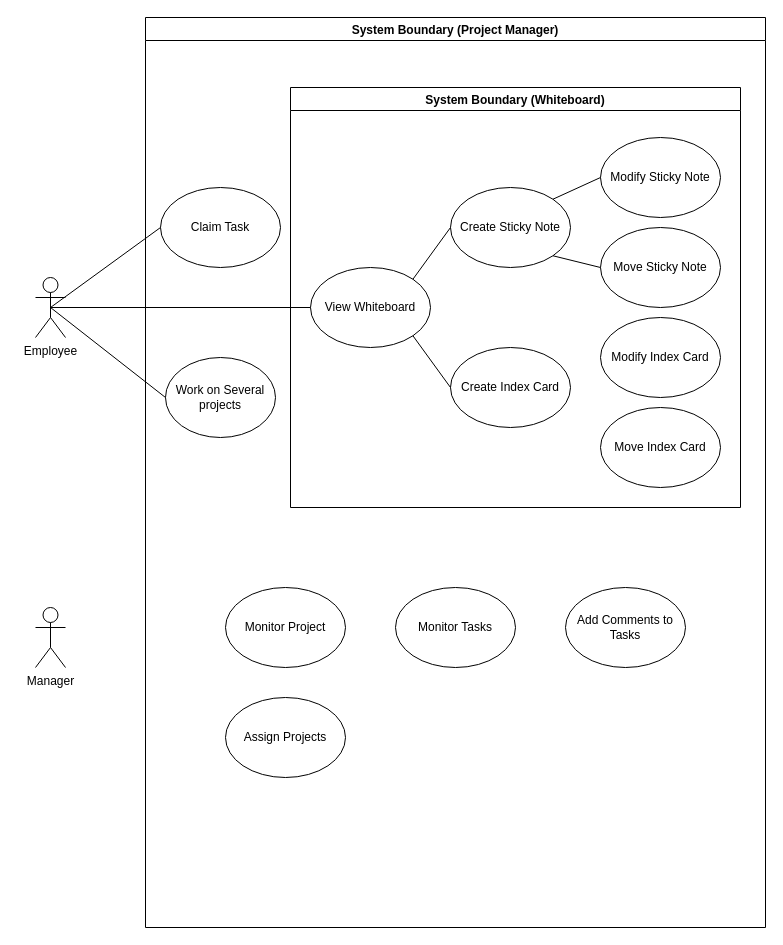
Before: Untitled Diagram.drawio in ChessPR/BrdPL, a draw.io diagram. Source tidied: cells renumbered, new cells numbered last; positions are measured from the earlier drawing's top-left corner, leaving out a move shared by most shapes. Both pictures are drawn from the tidied source at 100%, with x=0, y=0 at pixel (35, 17).
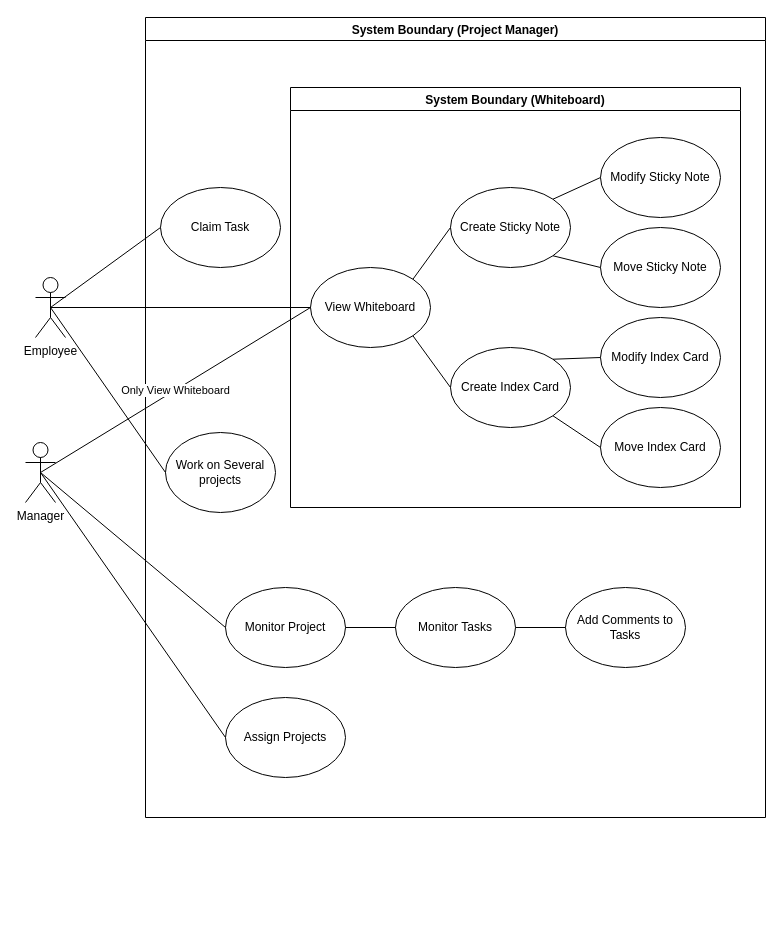
The same page after the edit.

The change refers to these unchanged cells:
```xml
<mxCell id="3" value="Monitor Project" style="ellipse;whiteSpace=wrap;html=1;" parent="2" vertex="1">
  <mxGeometry x="80" y="570" width="120" height="80" as="geometry" />
</mxCell>
<mxCell id="4" value="Monitor Tasks" style="ellipse;whiteSpace=wrap;html=1;" parent="2" vertex="1">
  <mxGeometry x="250" y="570" width="120" height="80" as="geometry" />
</mxCell>
<mxCell id="5" value="Add Comments to Tasks" style="ellipse;whiteSpace=wrap;html=1;" parent="2" vertex="1">
  <mxGeometry x="420" y="570" width="120" height="80" as="geometry" />
</mxCell>
<mxCell id="6" value="Assign Projects" style="ellipse;whiteSpace=wrap;html=1;" parent="2" vertex="1">
  <mxGeometry x="80" y="680" width="120" height="80" as="geometry" />
</mxCell>
<mxCell id="9" value="System Boundary (Whiteboard)" style="swimlane;startSize=23;" parent="2" vertex="1">
  <mxGeometry x="145" y="70" width="450" height="420" as="geometry" />
</mxCell>
<mxCell id="10" value="Create Index Card" style="ellipse;whiteSpace=wrap;html=1;" parent="9" vertex="1">
  <mxGeometry x="160" y="260" width="120" height="80" as="geometry" />
</mxCell>
<mxCell id="12" value="Move Index Card" style="ellipse;whiteSpace=wrap;html=1;" parent="9" vertex="1">
  <mxGeometry x="310" y="320" width="120" height="80" as="geometry" />
</mxCell>
<mxCell id="15" value="Modify Index Card" style="ellipse;whiteSpace=wrap;html=1;" parent="9" vertex="1">
  <mxGeometry x="310" y="230" width="120" height="80" as="geometry" />
</mxCell>
<mxCell id="16" value="View Whiteboard" style="ellipse;whiteSpace=wrap;html=1;" parent="9" vertex="1">
  <mxGeometry x="20" y="180" width="120" height="80" as="geometry" />
</mxCell>
```

What changed in the source:
```diff
@@
     <mxCell id="2" value="System Boundary (Project Manager)" style="swimlane;" parent="1" vertex="1">
-      <mxGeometry x="110" width="620" height="910" as="geometry" />
+      <mxGeometry x="110" width="620" height="800" as="geometry" />
     </mxCell>
@@
     <mxCell id="7" value="Work on Several projects" style="ellipse;whiteSpace=wrap;html=1;" parent="2" vertex="1">
-      <mxGeometry x="20" y="340" width="110" height="80" as="geometry" />
+      <mxGeometry x="20" y="415" width="110" height="80" as="geometry" />
     </mxCell>
@@
+    <mxCell id="26" style="endArrow=none;html=1;entryX=0;entryY=0.5;entryDx=0;entryDy=0;exitX=1;exitY=0;exitDx=0;exitDy=0;" parent="9" edge="1" source="10" target="15">
+      <mxGeometry relative="1" as="geometry" />
+    </mxCell>
+    <mxCell id="27" style="endArrow=none;html=1;entryX=0;entryY=0.5;entryDx=0;entryDy=0;exitX=1;exitY=1;exitDx=0;exitDy=0;" parent="9" edge="1" source="10" target="12">
+      <mxGeometry relative="1" as="geometry" />
+    </mxCell>
+    <mxCell id="28" style="endArrow=none;html=1;exitX=1;exitY=0.5;exitDx=0;exitDy=0;entryX=0;entryY=0.5;entryDx=0;entryDy=0;" parent="2" edge="1" source="3" target="4">
+      <mxGeometry relative="1" as="geometry" />
+    </mxCell>
+    <mxCell id="29" style="endArrow=none;html=1;exitX=1;exitY=0.5;exitDx=0;exitDy=0;entryX=0;entryY=0.5;entryDx=0;entryDy=0;" parent="2" edge="1" source="4" target="5">
+      <mxGeometry relative="1" as="geometry" />
+    </mxCell>
@@
     <mxCell id="22" value="Manager" style="shape=umlActor;verticalLabelPosition=bottom;verticalAlign=top;html=1;outlineConnect=0;" parent="1" vertex="1">
-      <mxGeometry y="590" width="30" height="60" as="geometry" />
+      <mxGeometry x="-10" y="425" width="30" height="60" as="geometry" />
     </mxCell>
@@
+    <mxCell id="30" style="endArrow=none;html=1;exitX=0.5;exitY=0.5;exitDx=0;exitDy=0;exitPerimeter=0;entryX=0;entryY=0.5;entryDx=0;entryDy=0;" parent="1" edge="1" source="22" target="3">
+      <mxGeometry relative="1" as="geometry" />
+    </mxCell>
+    <mxCell id="31" style="endArrow=none;html=1;exitX=0.5;exitY=0.5;exitDx=0;exitDy=0;exitPerimeter=0;entryX=0;entryY=0.5;entryDx=0;entryDy=0;" parent="1" edge="1" source="22" target="6">
+      <mxGeometry relative="1" as="geometry" />
+    </mxCell>
+    <mxCell id="32" value="Only View Whiteboard" style="endArrow=none;html=1;entryX=0;entryY=0.5;entryDx=0;entryDy=0;exitX=0.5;exitY=0.5;exitDx=0;exitDy=0;exitPerimeter=0;" parent="1" edge="1" source="22" target="16">
+      <mxGeometry relative="1" as="geometry" />
+    </mxCell>
```
